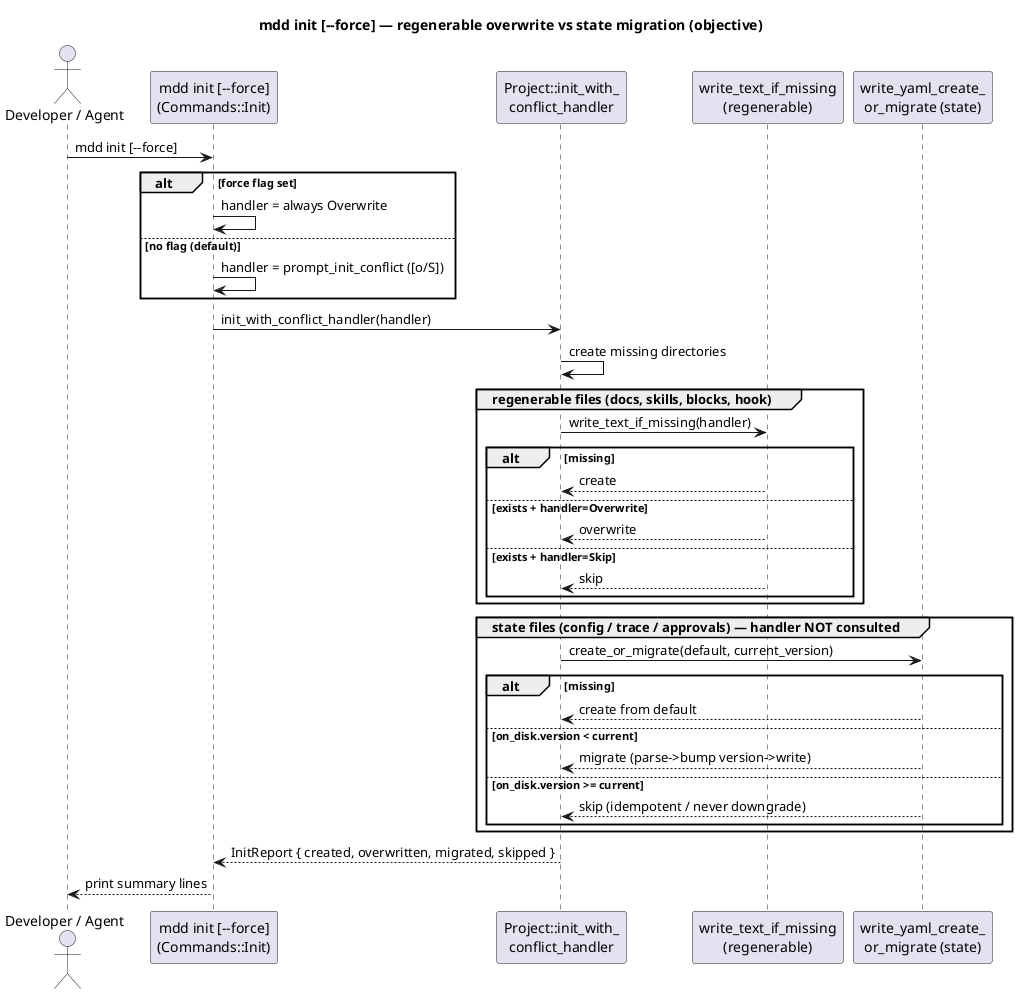
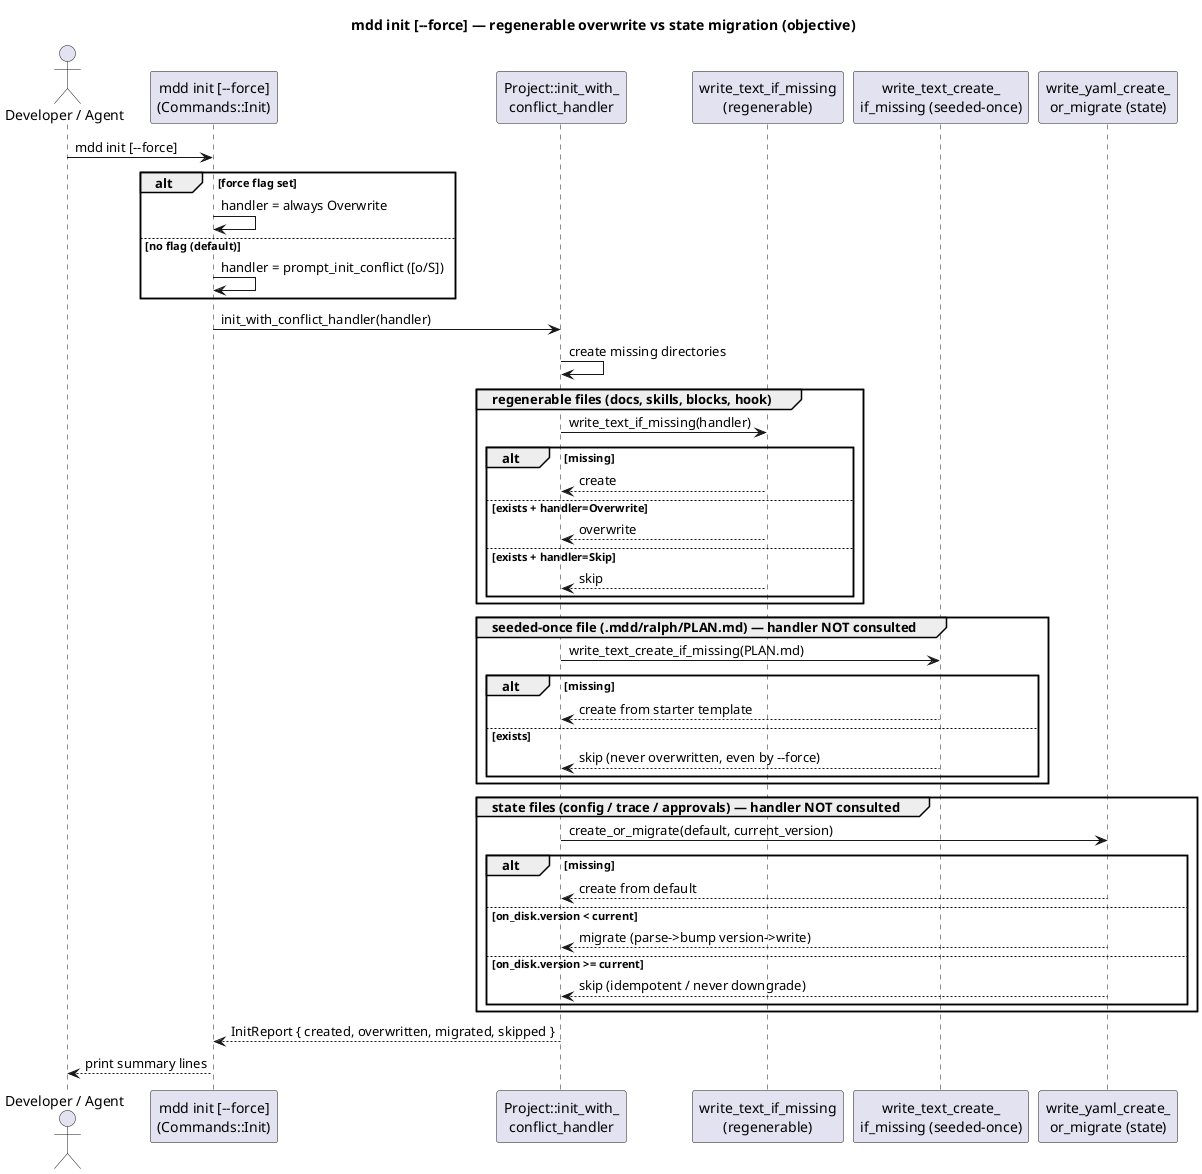
@startuml
' @id(SEQ-INIT-SCAFFOLD)
' @ref(USE-INIT-FORCE)
' @ref(USE-INIT-MIGRATE)
- ' @desc(SEQ-INIT-SCAFFOLD, "Objective flow of one `mdd init [--force]` invocation. The CLI (Commands::Init { force }) picks a conflict handler — always-Overwrite when --force, else the interactive prompt_init_conflict — and passes it to Project::init_with_conflict_handler. The engine: (1) creates any missing directories; (2) for each REGENERABLE file (docs, workflow skills, CLAUDE.md/AGENTS.md managed blocks, SessionStart hook) writes via write_text_if_missing(handler): create when missing, otherwise overwrite-or-skip per the handler (so --force overwrites, no-flag prompts); (3) for each of the three STATE files runs write_yaml_create_or_migrate: create from default when missing, migrate when on_disk.version < current schema version, else skip. It returns InitReport { created, overwritten, migrated, skipped } which the CLI prints. The state branch never consults the conflict handler, so --force cannot overwrite config/trace/approvals.")
- ' Objective sequence for cycle 0018: one init invocation, two file
- ' classes — regenerable (handler-driven overwrite) vs accumulating
- ' state (create-or-forward-migrate, handler-independent).
+ ' @ref(USE-INIT-RALPH)
+ ' @desc(SEQ-INIT-SCAFFOLD, "Objective flow of one `mdd init [--force]` invocation. The CLI (Commands::Init { force }) picks a conflict handler — always-Overwrite when --force, else the interactive prompt_init_conflict — and passes it to Project::init_with_conflict_handler. The engine: (1) creates any missing directories (including .mdd/ralph); (2) for each REGENERABLE file (docs, workflow skills incl. mdd-ralph, CLAUDE.md/AGENTS.md managed blocks, SessionStart hook, .mdd/ralph/PROMPT.md) writes via write_text_if_missing(handler): create when missing, otherwise overwrite-or-skip per the handler (so --force overwrites, no-flag prompts); (3) for the SeededOnce file .mdd/ralph/PLAN.md runs write_text_create_if_missing (no handler): create from the starter template when missing, else skip — so it is never overwritten, not even by --force; (4) for each of the three STATE files runs write_yaml_create_or_migrate: create from default when missing, migrate when on_disk.version < current schema version, else skip. It returns InitReport { created, overwritten, migrated, skipped } which the CLI prints. Neither the SeededOnce branch nor the state branch consults the conflict handler, so --force can reach neither PLAN.md nor config/trace/approvals.")
+ ' Objective sequence for cycle 0018 (force + migrate) and cycle 0022
+ ' (the SeededOnce PLAN.md branch): one init invocation, three file
+ ' classes — regenerable (handler-driven overwrite), seeded-once
+ ' (create-if-missing, handler-independent), and accumulating state
+ ' (create-or-forward-migrate, handler-independent).
title mdd init [--force] — regenerable overwrite vs state migration (objective)

actor "Developer / Agent" as Dev
participant "mdd init [--force]\n(Commands::Init)" as Cli
participant "Project::init_with_\nconflict_handler" as Engine
participant "write_text_if_missing\n(regenerable)" as Text
+ participant "write_text_create_\nif_missing (seeded-once)" as Seed
participant "write_yaml_create_\nor_migrate (state)" as Yaml

Dev -> Cli : mdd init [--force]
alt force flag set
  Cli -> Cli : handler = always Overwrite
else no flag (default)
  Cli -> Cli : handler = prompt_init_conflict ([o/S])
end
Cli -> Engine : init_with_conflict_handler(handler)
Engine -> Engine : create missing directories

group regenerable files (docs, skills, blocks, hook)
  Engine -> Text : write_text_if_missing(handler)
  alt missing
    Text --> Engine : create
  else exists + handler=Overwrite
    Text --> Engine : overwrite
  else exists + handler=Skip
    Text --> Engine : skip
  end
end

+ group seeded-once file (.mdd/ralph/PLAN.md) — handler NOT consulted
+   Engine -> Seed : write_text_create_if_missing(PLAN.md)
+   alt missing
+     Seed --> Engine : create from starter template
+   else exists
+     Seed --> Engine : skip (never overwritten, even by --force)
+   end
+ end
+ 
group state files (config / trace / approvals) — handler NOT consulted
  Engine -> Yaml : create_or_migrate(default, current_version)
  alt missing
    Yaml --> Engine : create from default
  else on_disk.version < current
    Yaml --> Engine : migrate (parse->bump version->write)
  else on_disk.version >= current
    Yaml --> Engine : skip (idempotent / never downgrade)
  end
end

Engine --> Cli : InitReport { created, overwritten, migrated, skipped }
Cli --> Dev : print summary lines
@enduml
